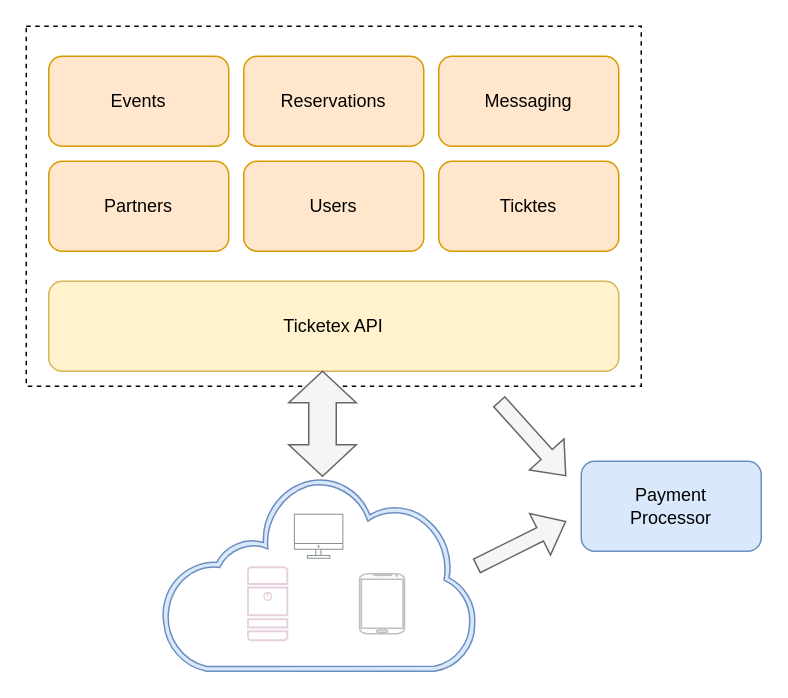
Above: page "Intro" (1 of 4) of docs/arch.drawio in andrescosta/ticketex (draw.io), before the change. Source tidied: cells renumbered, new cells numbered last; positions are measured from the earlier drawing's top-left corner, leaving out a move shared by most shapes. Both pictures are drawn from the tidied source at 150%, with x=0, y=0 at pixel (26, 26).
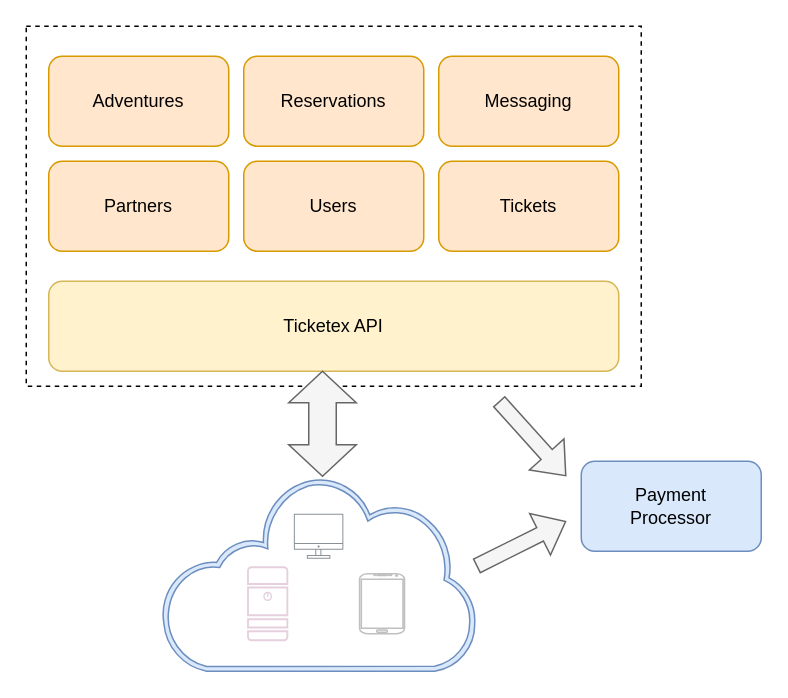
The same page after the edit.

The edit, as a diff of the source:
```diff
@@
-    <mxCell id="5" value="Events" style="rounded=1;whiteSpace=wrap;html=1;fillColor=#ffe6cc;strokeColor=#d79b00;" parent="1" vertex="1">
+    <mxCell id="5" value="Adventures" style="rounded=1;whiteSpace=wrap;html=1;fillColor=#ffe6cc;strokeColor=#d79b00;" parent="1" vertex="1">
       <mxGeometry x="15" y="20" width="120" height="60" as="geometry" />
     </mxCell>
-    <mxCell id="6" value="Ticktes" style="rounded=1;whiteSpace=wrap;html=1;fillColor=#ffe6cc;strokeColor=#d79b00;" parent="1" vertex="1">
+    <mxCell id="6" value="Tickets" style="rounded=1;whiteSpace=wrap;html=1;fillColor=#ffe6cc;strokeColor=#d79b00;" parent="1" vertex="1">
       <mxGeometry x="275" y="90" width="120" height="60" as="geometry" />
     </mxCell>
```
